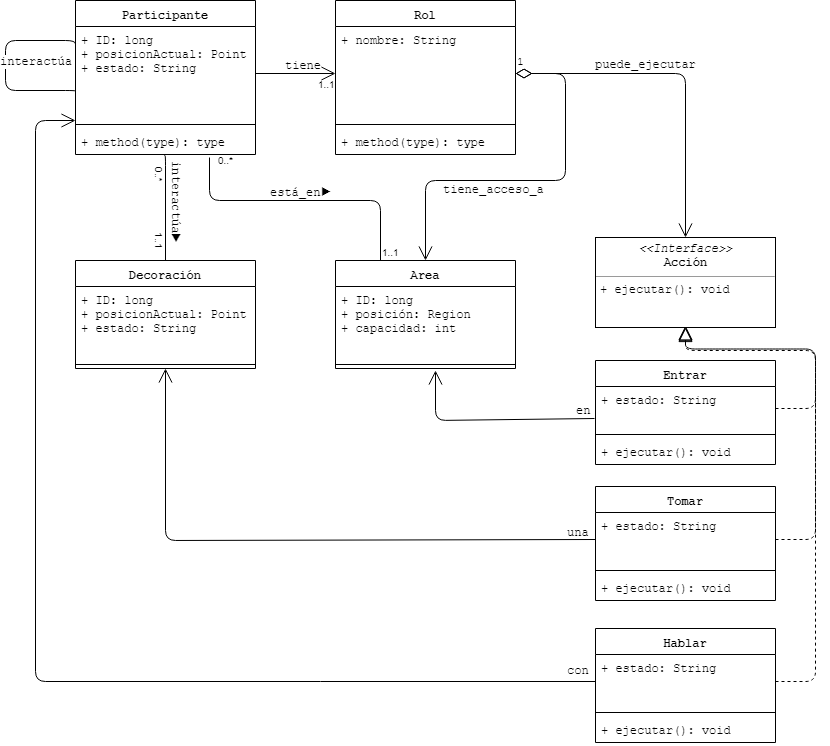
AndresReyesE/7.-Sexto-semestre keeps this draw.io diagram as WIP/PF-Distribuidos/DiagramaClase.png. Above is the earlier version. Source tidied: cells renumbered, new cells last; positions are measured from the earlier drawing's top-left corner, leaving out a move shared by most shapes.
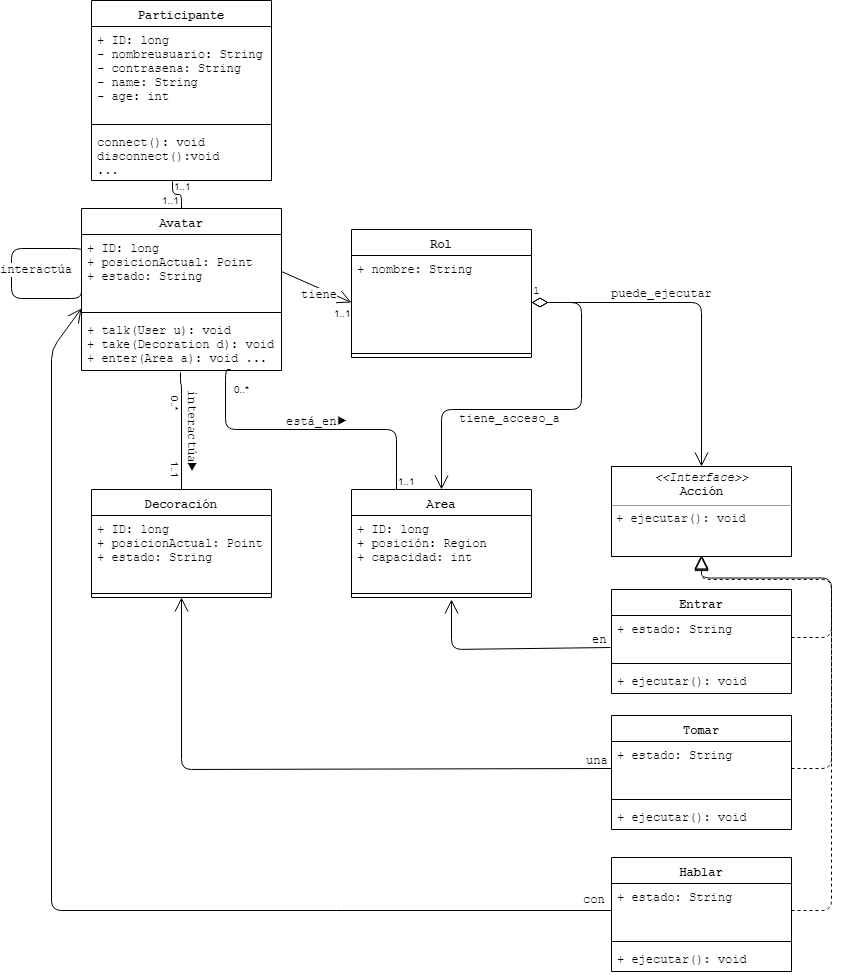
Later version of the same file.

The edit, as a diff of the source:
```diff
@@ -2,17 +2,17 @@
   <root>
     <mxCell id="0" />
     <mxCell id="1" parent="0" />
-    <mxCell id="2" value="Participante" style="swimlane;fontStyle=1;align=center;verticalAlign=top;horizontal=1;startSize=26;fontFamily=Courier New;" parent="1" vertex="1">
-      <mxGeometry x="70" width="180" height="154" as="geometry" />
+    <mxCell id="2" value="Avatar" style="swimlane;fontStyle=1;align=center;verticalAlign=top;horizontal=1;startSize=26;fontFamily=Courier New;" parent="1" vertex="1">
+      <mxGeometry x="60" y="-21" width="200" height="162" as="geometry" />
     </mxCell>
     <mxCell id="3" value="+ ID: long&#10;+ posicionActual: Point&#10;+ estado: String" style="text;strokeColor=none;fillColor=none;align=left;verticalAlign=top;spacingLeft=4;spacingRight=4;overflow=hidden;points=[[0,0.5],[1,0.5]];portConstraint=eastwest;fontFamily=Courier New;" parent="2" vertex="1">
-      <mxGeometry y="26" width="180" height="94" as="geometry" />
+      <mxGeometry y="26" width="200" height="74" as="geometry" />
     </mxCell>
     <mxCell id="4" style="line;strokeWidth=1;fillColor=none;align=left;verticalAlign=middle;spacingTop=-1;spacingLeft=3;spacingRight=3;labelPosition=right;fontFamily=Courier New;" parent="2" vertex="1">
-      <mxGeometry y="120" width="180" height="8" as="geometry" />
+      <mxGeometry y="100" width="200" height="8" as="geometry" />
     </mxCell>
-    <mxCell id="5" value="+ method(type): type" style="text;strokeColor=none;fillColor=none;align=left;verticalAlign=top;spacingLeft=4;spacingRight=4;overflow=hidden;points=[[0,0.5],[1,0.5]];portConstraint=eastwest;fontFamily=Courier New;" parent="2" vertex="1">
-      <mxGeometry y="128" width="180" height="26" as="geometry" />
+    <mxCell id="5" value="+ talk(User u): void&#10;+ take(Decoration d): void&#10;+ enter(Area a): void ..." style="text;strokeColor=none;fillColor=none;align=left;verticalAlign=top;spacingLeft=4;spacingRight=4;overflow=hidden;points=[[0,0.5],[1,0.5]];portConstraint=eastwest;fontFamily=Courier New;" parent="2" vertex="1">
+      <mxGeometry y="108" width="200" height="54" as="geometry" />
     </mxCell>
     <mxCell id="6" style="endArrow=none;html=1;edgeStyle=orthogonalEdgeStyle;fontFamily=Courier New;exitX=0;exitY=0.223;exitDx=0;exitDy=0;exitPerimeter=0;entryX=0;entryY=0.691;entryDx=0;entryDy=0;entryPerimeter=0;" parent="2" edge="1" source="3" target="3">
       <mxGeometry relative="1" as="geometry">
@@ -29,6 +29,18 @@
         <mxPoint x="-4" y="21" as="offset" />
       </mxGeometry>
     </mxCell>
+    <mxCell id="57" value="Participante" style="swimlane;fontStyle=1;align=center;verticalAlign=top;horizontal=1;startSize=26;fontFamily=Courier New;" parent="1" vertex="1">
+      <mxGeometry x="70" y="-229" width="180" height="180" as="geometry" />
+    </mxCell>
+    <mxCell id="58" value="+ ID: long&#10;- nombreusuario: String&#10;- contrasena: String&#10;- name: String&#10;- age: int&#10;" style="text;strokeColor=none;fillColor=none;align=left;verticalAlign=top;spacingLeft=4;spacingRight=4;overflow=hidden;fontFamily=Courier New;" parent="57" vertex="1">
+      <mxGeometry y="26" width="180" height="94" as="geometry" />
+    </mxCell>
+    <mxCell id="59" style="line;strokeWidth=1;fillColor=none;align=left;verticalAlign=middle;spacingTop=-1;spacingLeft=3;spacingRight=3;labelPosition=right;fontFamily=Courier New;" parent="57" vertex="1">
+      <mxGeometry y="120" width="180" height="8" as="geometry" />
+    </mxCell>
+    <mxCell id="60" value="connect(): void&#10;disconnect():void&#10;..." style="text;strokeColor=none;fillColor=none;align=left;verticalAlign=top;spacingLeft=4;spacingRight=4;overflow=hidden;points=[[0,0.5],[1,0.5]];portConstraint=eastwest;fontFamily=Courier New;" parent="57" vertex="1">
+      <mxGeometry y="128" width="180" height="52" as="geometry" />
+    </mxCell>
     <mxCell id="8" value="Decoración" style="swimlane;fontStyle=1;align=center;verticalAlign=top;horizontal=1;startSize=26;fontFamily=Courier New;" parent="1" vertex="1">
       <mxGeometry x="70" y="260" width="180" height="108" as="geometry" />
     </mxCell>
@@ -39,7 +51,7 @@
       <mxGeometry y="100" width="180" height="8" as="geometry" />
     </mxCell>
     <mxCell id="11" value="Rol" style="swimlane;fontStyle=1;align=center;verticalAlign=top;horizontal=1;startSize=26;fontFamily=Courier New;" parent="1" vertex="1">
-      <mxGeometry x="330" width="180" height="154" as="geometry" />
+      <mxGeometry x="330" width="180" height="128" as="geometry" />
     </mxCell>
     <mxCell id="12" value="+ nombre: String&#10;&#10;" style="text;strokeColor=none;fillColor=none;align=left;verticalAlign=top;spacingLeft=4;spacingRight=4;overflow=hidden;points=[[0,0.5],[1,0.5]];portConstraint=eastwest;fontFamily=Courier New;" parent="11" vertex="1">
       <mxGeometry y="26" width="180" height="94" as="geometry" />
@@ -47,9 +59,6 @@
     <mxCell id="13" style="line;strokeWidth=1;fillColor=none;align=left;verticalAlign=middle;spacingTop=-1;spacingLeft=3;spacingRight=3;labelPosition=right;fontFamily=Courier New;" parent="11" vertex="1">
       <mxGeometry y="120" width="180" height="8" as="geometry" />
     </mxCell>
-    <mxCell id="14" value="+ method(type): type" style="text;strokeColor=none;fillColor=none;align=left;verticalAlign=top;spacingLeft=4;spacingRight=4;overflow=hidden;fontFamily=Courier New;" parent="11" vertex="1">
-      <mxGeometry y="128" width="180" height="26" as="geometry" />
-    </mxCell>
     <mxCell id="15" value="Area" style="swimlane;fontStyle=1;align=center;verticalAlign=top;horizontal=1;startSize=26;fontFamily=Courier New;" parent="1" vertex="1">
       <mxGeometry x="330" y="260" width="180" height="108" as="geometry" />
     </mxCell>
@@ -226,8 +235,9 @@
         </Array>
       </mxGeometry>
     </mxCell>
-    <mxCell id="53" style="endArrow=none;html=1;edgeStyle=orthogonalEdgeStyle;fontFamily=Courier New;exitX=0.744;exitY=1.115;exitDx=0;exitDy=0;exitPerimeter=0;entryX=0.25;entryY=0;entryDx=0;entryDy=0;" parent="1" edge="1" source="5" target="15">
+    <mxCell id="53" style="endArrow=none;html=1;edgeStyle=orthogonalEdgeStyle;fontFamily=Courier New;entryX=0.25;entryY=0;entryDx=0;entryDy=0;" parent="1" edge="1" target="15">
       <mxGeometry relative="1" as="geometry">
+        <mxPoint x="209" y="140" as="sourcePoint" />
         <Array as="points">
           <mxPoint x="204" y="200" />
           <mxPoint x="375" y="200" />
@@ -238,10 +248,21 @@
       <mxGeometry x="569" y="401" width="30" height="20" as="geometry" />
     </mxCell>
     <mxCell id="55" value="una" style="text;html=1;align=left;verticalAlign=top;spacingTop=-4;fontFamily=Courier New;" parent="1" vertex="1">
-      <mxGeometry x="560" y="523" width="40" height="20" as="geometry" />
+      <mxGeometry x="563" y="522" width="40" height="20" as="geometry" />
     </mxCell>
     <mxCell id="56" value="con" style="text;html=1;align=left;verticalAlign=top;spacingTop=-4;fontFamily=Courier New;" parent="1" vertex="1">
       <mxGeometry x="560" y="661" width="40" height="20" as="geometry" />
     </mxCell>
+    <mxCell id="61" style="endArrow=none;html=1;edgeStyle=orthogonalEdgeStyle;fontFamily=Courier New;exitX=0.45;exitY=1.019;exitDx=0;exitDy=0;exitPerimeter=0;entryX=0.5;entryY=0;entryDx=0;entryDy=0;" parent="1" edge="1" source="60" target="2">
+      <mxGeometry relative="1" as="geometry" />
+    </mxCell>
+    <mxCell id="62" value="1..1" style="html=1;align=left;verticalAlign=bottom;labelBackgroundColor=#ffffff;fontSize=10;" parent="61" vertex="1">
+      <mxGeometry x="-1" relative="1" as="geometry">
+        <mxPoint x="-1" y="13" as="offset" />
+      </mxGeometry>
+    </mxCell>
+    <mxCell id="63" value="1..1" style="html=1;align=right;verticalAlign=bottom;labelBackgroundColor=#ffffff;fontSize=10;" parent="61" vertex="1">
+      <mxGeometry x="1" relative="1" as="geometry" />
+    </mxCell>
   </root>
 </mxGraphModel>
```
